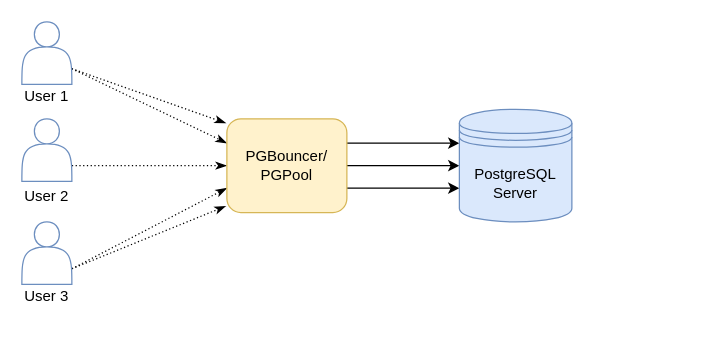
Above: Даиграммы/PGBouncer.drawio in platosha-git/Diplom-theory (draw.io), before the change. Source tidied: cells renumbered, new cells numbered last; positions are measured from the earlier drawing's top-left corner, leaving out a move shared by most shapes. Both pictures are drawn from the tidied source at 125%, with x=0, y=0 at pixel (21, 21).
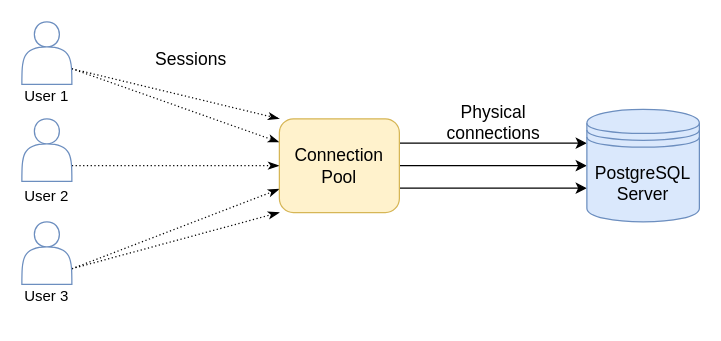
Above is the later version.

The change refers to these unchanged cells:
```xml
<mxCell id="4" style="shape=actor;whiteSpace=wrap;html=1;strokeColor=#6C8EBF;" parent="1" vertex="1">
  <mxGeometry width="40" height="50" as="geometry" />
</mxCell>
<mxCell id="7" style="shape=actor;whiteSpace=wrap;html=1;strokeColor=#6C8EBF;" parent="1" vertex="1">
  <mxGeometry y="77.5" width="40" height="50" as="geometry" />
</mxCell>
<mxCell id="11" style="shape=actor;whiteSpace=wrap;html=1;strokeColor=#6C8EBF;" parent="1" vertex="1">
  <mxGeometry y="160" width="40" height="50" as="geometry" />
</mxCell>
```

The edit, as a diff of the source:
```diff
@@
-    <mxCell id="2" style="jettySize=auto;html=1;exitX=1;exitY=0.75;exitDx=0;exitDy=0;entryX=-0.009;entryY=0.122;entryDx=0;entryDy=0;fillColor=#f8cecc;entryPerimeter=0;curved=1;endArrow=classicThin;endFill=1;dashed=1;dashPattern=1 2;" parent="1" edge="1" source="4">
-      <mxGeometry relative="1" as="geometry">
-        <mxPoint x="163.2" y="81" as="targetPoint" />
-      </mxGeometry>
+    <mxCell id="2" style="jettySize=auto;html=1;exitX=1;exitY=0.75;exitDx=0;exitDy=0;entryX=0;entryY=0;entryDx=0;entryDy=0;fillColor=#f8cecc;curved=1;endArrow=classicThin;endFill=1;dashed=1;dashPattern=1 2;" parent="1" edge="1" source="4" target="18">
+      <mxGeometry relative="1" as="geometry" />
     </mxCell>
-    <mxCell id="3" style="edgeStyle=none;rounded=1;jettySize=auto;html=1;exitX=1;exitY=0.75;exitDx=0;exitDy=0;fillColor=#f8cecc;entryX=0;entryY=0.3;entryDx=0;entryDy=0;endArrow=classicThin;endFill=1;dashed=1;dashPattern=1 2;" parent="1" edge="1" source="4">
-      <mxGeometry relative="1" as="geometry">
-        <mxPoint x="164" y="97" as="targetPoint" />
-      </mxGeometry>
+    <mxCell id="3" style="edgeStyle=none;rounded=1;jettySize=auto;html=1;exitX=1;exitY=0.75;exitDx=0;exitDy=0;fillColor=#f8cecc;entryX=0;entryY=0.25;entryDx=0;entryDy=0;endArrow=classicThin;endFill=1;dashed=1;dashPattern=1 2;" parent="1" edge="1" source="4" target="18">
+      <mxGeometry relative="1" as="geometry" />
     </mxCell>
@@
-    <mxCell id="6" style="edgeStyle=none;rounded=0;jettySize=auto;html=1;exitX=1;exitY=0.75;exitDx=0;exitDy=0;entryX=0;entryY=0.5;entryDx=0;entryDy=0;fillColor=#f8cecc;endArrow=classicThin;endFill=1;dashed=1;dashPattern=1 2;" parent="1" edge="1" source="7">
-      <mxGeometry relative="1" as="geometry">
-        <mxPoint x="164" y="115" as="targetPoint" />
-      </mxGeometry>
+    <mxCell id="6" style="edgeStyle=none;rounded=0;jettySize=auto;html=1;exitX=1;exitY=0.75;exitDx=0;exitDy=0;entryX=0;entryY=0.5;entryDx=0;entryDy=0;fillColor=#f8cecc;endArrow=classicThin;endFill=1;dashed=1;dashPattern=1 2;" parent="1" edge="1" source="7" target="18">
+      <mxGeometry relative="1" as="geometry" />
     </mxCell>
@@
-    <mxCell id="9" style="edgeStyle=none;rounded=0;jettySize=auto;html=1;exitX=1;exitY=0.75;exitDx=0;exitDy=0;entryX=0;entryY=0.7;entryDx=0;entryDy=0;fillColor=#f8cecc;endArrow=classicThin;endFill=1;dashed=1;dashPattern=1 2;" parent="1" edge="1" source="11">
-      <mxGeometry relative="1" as="geometry">
-        <mxPoint x="164" y="133" as="targetPoint" />
-      </mxGeometry>
+    <mxCell id="9" style="edgeStyle=none;rounded=0;jettySize=auto;html=1;exitX=1;exitY=0.75;exitDx=0;exitDy=0;entryX=0;entryY=0.75;entryDx=0;entryDy=0;fillColor=#f8cecc;endArrow=classicThin;endFill=1;dashed=1;dashPattern=1 2;" parent="1" edge="1" source="11" target="18">
+      <mxGeometry relative="1" as="geometry" />
     </mxCell>
-    <mxCell id="10" style="edgeStyle=none;rounded=0;jettySize=auto;html=1;exitX=1;exitY=0.75;exitDx=0;exitDy=0;entryX=-0.009;entryY=0.86;entryDx=0;entryDy=0;fillColor=#f8cecc;entryPerimeter=0;endArrow=classicThin;endFill=1;dashed=1;dashPattern=1 2;" parent="1" edge="1" source="11">
-      <mxGeometry relative="1" as="geometry">
-        <mxPoint x="163.2" y="147.4" as="targetPoint" />
-      </mxGeometry>
+    <mxCell id="10" style="edgeStyle=none;rounded=0;jettySize=auto;html=1;exitX=1;exitY=0.75;exitDx=0;exitDy=0;entryX=0;entryY=1;entryDx=0;entryDy=0;fillColor=#f8cecc;endArrow=classicThin;endFill=1;dashed=1;dashPattern=1 2;" parent="1" edge="1" source="11" target="18">
+      <mxGeometry relative="1" as="geometry" />
     </mxCell>
@@
-    <mxCell id="16" value="PostgreSQL&lt;br&gt;Server" style="shape=datastore;whiteSpace=wrap;html=1;fillColor=#dae8fc;strokeColor=#6c8ebf;" parent="1" vertex="1">
-      <mxGeometry x="350" y="70" width="90" height="90" as="geometry" />
+    <mxCell id="16" value="&lt;font style=&quot;font-size: 14px&quot;&gt;PostgreSQL&lt;br&gt;Server&lt;/font&gt;" style="shape=datastore;whiteSpace=wrap;html=1;fillColor=#dae8fc;strokeColor=#6c8ebf;" parent="1" vertex="1">
+      <mxGeometry x="452" y="70" width="90" height="90" as="geometry" />
     </mxCell>
@@
-    <mxCell id="18" value="&lt;span&gt;PGBouncer/&lt;/span&gt;&lt;br&gt;&lt;span&gt;PGPool&lt;/span&gt;" style="rounded=1;whiteSpace=wrap;html=1;fillColor=#fff2cc;strokeColor=#d6b656;" parent="1" vertex="1">
-      <mxGeometry x="164" y="77.5" width="96" height="75" as="geometry" />
+    <mxCell id="18" value="&lt;span style=&quot;font-size: 14px&quot;&gt;Connection &lt;br style=&quot;font-size: 14px&quot;&gt;Pool&lt;/span&gt;" style="rounded=1;whiteSpace=wrap;html=1;fillColor=#fff2cc;strokeColor=#d6b656;fontSize=14;" parent="1" vertex="1">
+      <mxGeometry x="206" y="77.5" width="96" height="75" as="geometry" />
     </mxCell>
+    <mxCell id="19" value="Sessions" style="text;html=1;align=center;verticalAlign=middle;fontSize=14;" parent="1" vertex="1">
+      <mxGeometry x="100" y="20" width="70" height="20" as="geometry" />
+    </mxCell>
+    <mxCell id="20" value="Physical &lt;br&gt;connections" style="text;html=1;align=center;verticalAlign=middle;fontSize=14;" parent="1" vertex="1">
+      <mxGeometry x="332" y="60" width="90" height="40" as="geometry" />
+    </mxCell>
```
